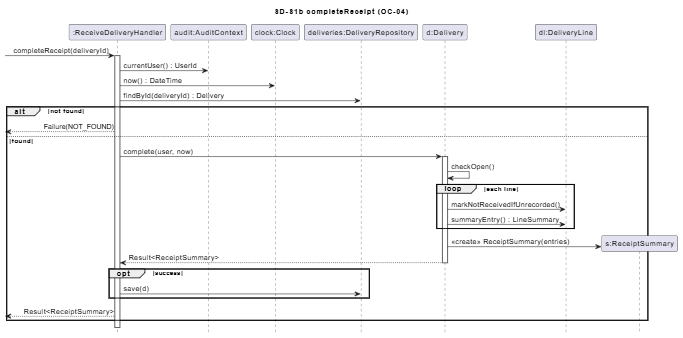
Geese4000/ca-analysis keeps this PlantUML diagram as design/sequence/SD-S1-complete-receipt.png. Above is the earlier version. Its source is kept beside it as design/sequence/SD-S1-complete-receipt.puml. Source of this version:
```plantuml
@startuml SD-S1-complete-receipt
hide footbox
skinparam shadowing false
skinparam sequenceMessageAlign left

title SD-S1b completeReceipt (OC-04)

participant ":ReceiveDeliveryHandler" as H
participant "audit:AuditContext" as A
participant "clock:Clock" as C
participant "deliveries:DeliveryRepository" as DR
participant "d:Delivery" as D
participant "dl:DeliveryLine" as DL

-> H : completeReceipt(deliveryId)
activate H
H -> A : currentUser() : UserId
H -> C : now() : DateTime
H -> DR : findById(deliveryId) : Delivery
alt not found
  <-- H : Failure(NOT_FOUND)
else found
  H -> D : complete(user, now)
  activate D
  D -> D : checkOpen()
  loop each line
    D -> DL : markNotReceivedIfUnrecorded()
    D -> DL : summaryEntry() : LineSummary
  end
  create "s:ReceiptSummary" as S
  D -> S : <<create>> ReceiptSummary(entries)
  H <-- D : Result<ReceiptSummary>
  deactivate D
  opt success
    H -> DR : save(d)
  end
  <-- H : Result<ReceiptSummary>
end
deactivate H
@enduml
```
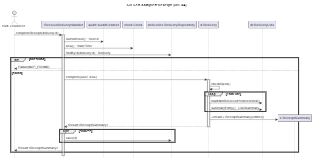
Later version of the same file.

Change to the diagram source:
```diff
@@ -5,6 +5,7 @@
 
 title SD-S1b completeReceipt (OC-04)
 
+actor "Hub volunteer" as V
 participant ":ReceiveDeliveryHandler" as H
 participant "audit:AuditContext" as A
 participant "clock:Clock" as C
@@ -12,13 +13,13 @@
 participant "d:Delivery" as D
 participant "dl:DeliveryLine" as DL
 
--> H : completeReceipt(deliveryId)
+V -> H : completeReceipt(deliveryId)
 activate H
 H -> A : currentUser() : UserId
 H -> C : now() : DateTime
 H -> DR : findById(deliveryId) : Delivery
 alt not found
-  <-- H : Failure(NOT_FOUND)
+  H --> V : Failure(NOT_FOUND)
 else found
   H -> D : complete(user, now)
   activate D
@@ -29,12 +30,12 @@
   end
   create "s:ReceiptSummary" as S
   D -> S : <<create>> ReceiptSummary(entries)
-  H <-- D : Result<ReceiptSummary>
+  D --> H : Result<ReceiptSummary>
   deactivate D
   opt success
     H -> DR : save(d)
   end
-  <-- H : Result<ReceiptSummary>
+  H --> V : Result<ReceiptSummary>
 end
 deactivate H
 @enduml
```
